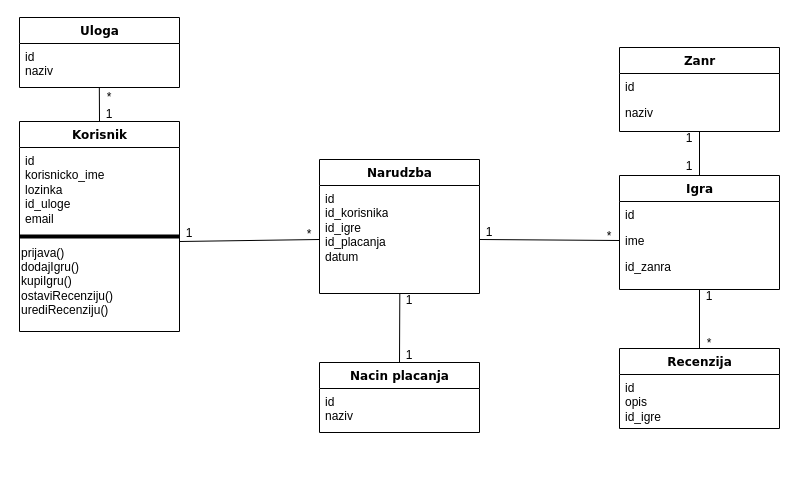
This is IzvorneDatoteke/ClassDiagram.drawio from vladosantic/PIS, a draw.io file, before an edit. Source tidied: cells renumbered, new cells numbered last; positions are measured from the earlier drawing's top-left corner, leaving out a move shared by most shapes. Both pictures are drawn from the tidied source at 100%, with x=0, y=0 at pixel (19, 17).
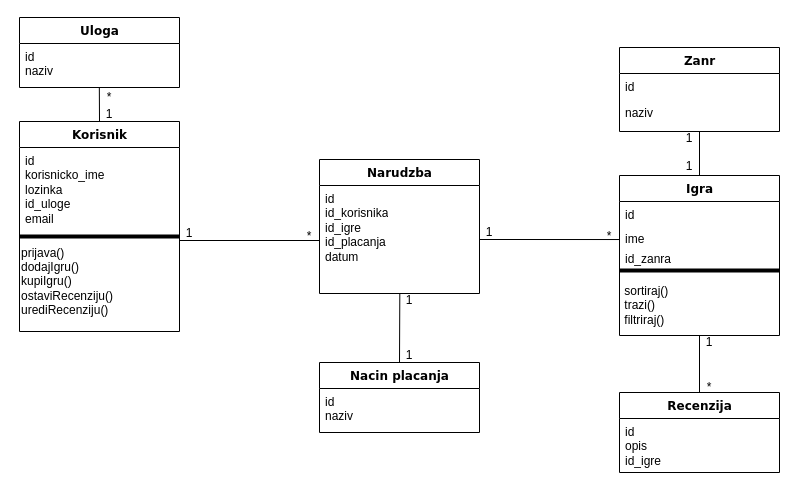
After the change.

The change refers to these unchanged cells:
```xml
<mxCell id="3" value="id&lt;br&gt;id_korisnika&lt;br&gt;id_igre&lt;br&gt;id_placanja&lt;br&gt;datum" style="text;html=1;strokeColor=none;fillColor=none;align=left;verticalAlign=top;spacingLeft=4;spacingRight=4;whiteSpace=wrap;overflow=hidden;points=[[0,0.5],[1,0.5]];portConstraint=eastwest;" parent="2" vertex="1">
  <mxGeometry y="26" width="160" height="108" as="geometry" />
</mxCell>
<mxCell id="14" value="prijava()&lt;br&gt;dodajIgru()&lt;br&gt;kupiIgru()&lt;br&gt;ostaviRecenziju()&lt;br&gt;urediRecenziju()" style="text;html=1;strokeColor=none;fillColor=none;align=left;verticalAlign=middle;whiteSpace=wrap;rounded=0;" parent="11" vertex="1">
  <mxGeometry y="120" width="160" height="80" as="geometry" />
</mxCell>
<mxCell id="18" value="1" style="text;html=1;strokeColor=none;fillColor=none;align=center;verticalAlign=middle;whiteSpace=wrap;rounded=0;" parent="1" vertex="1">
  <mxGeometry x="160" y="209" width="20" height="14" as="geometry" />
</mxCell>
```

The edit, as a diff of the source:
```diff
@@
-    <mxCell id="17" style="endArrow=none;html=1;rounded=0;exitX=0;exitY=0.5;exitDx=0;exitDy=0;entryX=1;entryY=0;entryDx=0;entryDy=0;" parent="1" edge="1" source="3" target="14">
-      <mxGeometry relative="1" as="geometry" />
+    <mxCell id="17" style="endArrow=none;html=1;rounded=0;entryX=0;entryY=1;entryDx=0;entryDy=0;" parent="1" edge="1" target="18">
+      <mxGeometry relative="1" as="geometry">
+        <mxPoint x="300" y="223" as="sourcePoint" />
+      </mxGeometry>
     </mxCell>
@@
     <mxCell id="19" value="*" style="text;html=1;strokeColor=none;fillColor=none;align=center;verticalAlign=middle;whiteSpace=wrap;rounded=0;" parent="1" vertex="1">
-      <mxGeometry x="280" y="212" width="20" height="10" as="geometry" />
+      <mxGeometry x="280" y="214" width="20" height="10" as="geometry" />
     </mxCell>
-    <mxCell id="20" style="endArrow=none;html=1;rounded=0;entryX=1;entryY=0.5;entryDx=0;entryDy=0;exitX=0;exitY=0.5;exitDx=0;exitDy=0;" parent="1" edge="1" source="35" target="3">
+    <mxCell id="20" style="endArrow=none;html=1;rounded=0;entryX=1;entryY=0.5;entryDx=0;entryDy=0;exitX=0.007;exitY=0.702;exitDx=0;exitDy=0;exitPerimeter=0;" parent="1" edge="1" source="35" target="3">
       <mxGeometry relative="1" as="geometry" />
     </mxCell>
@@
     <mxCell id="30" value="Recenzija" style="swimlane;html=1;fontStyle=1;align=center;verticalAlign=top;horizontal=1;startSize=26;swimlaneFillColor=#ffffff;rounded=0;shadow=0;comic=0;labelBackgroundColor=none;strokeWidth=1;fillColor=none;fontFamily=Verdana;fontSize=12;" parent="1" vertex="1">
-      <mxGeometry x="600" y="331" width="160" height="80" as="geometry" />
+      <mxGeometry x="600" y="375" width="160" height="80" as="geometry" />
     </mxCell>
@@
     <mxCell id="33" value="Igra" style="swimlane;html=1;fontStyle=1;align=center;verticalAlign=top;horizontal=1;startSize=26;swimlaneFillColor=#ffffff;rounded=0;shadow=0;comic=0;labelBackgroundColor=none;strokeWidth=1;fillColor=none;fontFamily=Verdana;fontSize=12;" parent="1" vertex="1">
-      <mxGeometry x="600" y="158" width="160" height="114" as="geometry" />
+      <mxGeometry x="600" y="158" width="160" height="160" as="geometry" />
     </mxCell>
     <mxCell id="34" value="id" style="text;html=1;strokeColor=none;fillColor=none;align=left;verticalAlign=top;spacingLeft=4;spacingRight=4;whiteSpace=wrap;overflow=hidden;" parent="33" vertex="1">
-      <mxGeometry y="26" width="160" height="26" as="geometry" />
+      <mxGeometry y="26" width="160" height="24" as="geometry" />
     </mxCell>
     <mxCell id="35" value="ime" style="text;html=1;strokeColor=none;fillColor=none;align=left;verticalAlign=top;spacingLeft=4;spacingRight=4;whiteSpace=wrap;overflow=hidden;points=[[0,0.5],[1,0.5]];portConstraint=eastwest;" parent="33" vertex="1">
-      <mxGeometry y="52" width="160" height="26" as="geometry" />
+      <mxGeometry y="50" width="160" height="20" as="geometry" />
     </mxCell>
     <mxCell id="36" value="id_zanra" style="text;html=1;strokeColor=none;fillColor=none;align=left;verticalAlign=top;spacingLeft=4;spacingRight=4;whiteSpace=wrap;overflow=hidden;" parent="33" vertex="1">
-      <mxGeometry y="78" width="160" height="26" as="geometry" />
+      <mxGeometry y="70" width="160" height="20" as="geometry" />
     </mxCell>
+    <mxCell id="39" style="line;strokeWidth=4;html=1;perimeter=backbonePerimeter;" parent="33" vertex="1">
+      <mxGeometry y="90" width="160" height="10" as="geometry" />
+    </mxCell>
+    <mxCell id="40" value="&lt;div style=&quot;&quot;&gt;&lt;span style=&quot;background-color: initial;&quot;&gt;&amp;nbsp;sortiraj()&lt;/span&gt;&lt;/div&gt;&lt;div style=&quot;&quot;&gt;&lt;span style=&quot;background-color: initial;&quot;&gt;&amp;nbsp;trazi()&lt;/span&gt;&lt;/div&gt;&lt;div style=&quot;&quot;&gt;&lt;span style=&quot;background-color: initial;&quot;&gt;&amp;nbsp;filtriraj()&lt;/span&gt;&lt;/div&gt;" style="text;html=1;strokeColor=none;fillColor=none;align=left;verticalAlign=middle;whiteSpace=wrap;rounded=0;" parent="33" vertex="1">
+      <mxGeometry y="100" width="160" height="60" as="geometry" />
+    </mxCell>
     <mxCell id="37" value="1" style="text;html=1;strokeColor=none;fillColor=none;align=center;verticalAlign=middle;whiteSpace=wrap;rounded=0;" parent="1" vertex="1">
-      <mxGeometry x="680" y="272" width="20" height="14" as="geometry" />
+      <mxGeometry x="680" y="318" width="20" height="14" as="geometry" />
     </mxCell>
     <mxCell id="38" value="*" style="text;html=1;strokeColor=none;fillColor=none;align=center;verticalAlign=middle;whiteSpace=wrap;rounded=0;" parent="1" vertex="1">
-      <mxGeometry x="680" y="321" width="20" height="10" as="geometry" />
+      <mxGeometry x="680" y="365" width="20" height="10" as="geometry" />
     </mxCell>
```
